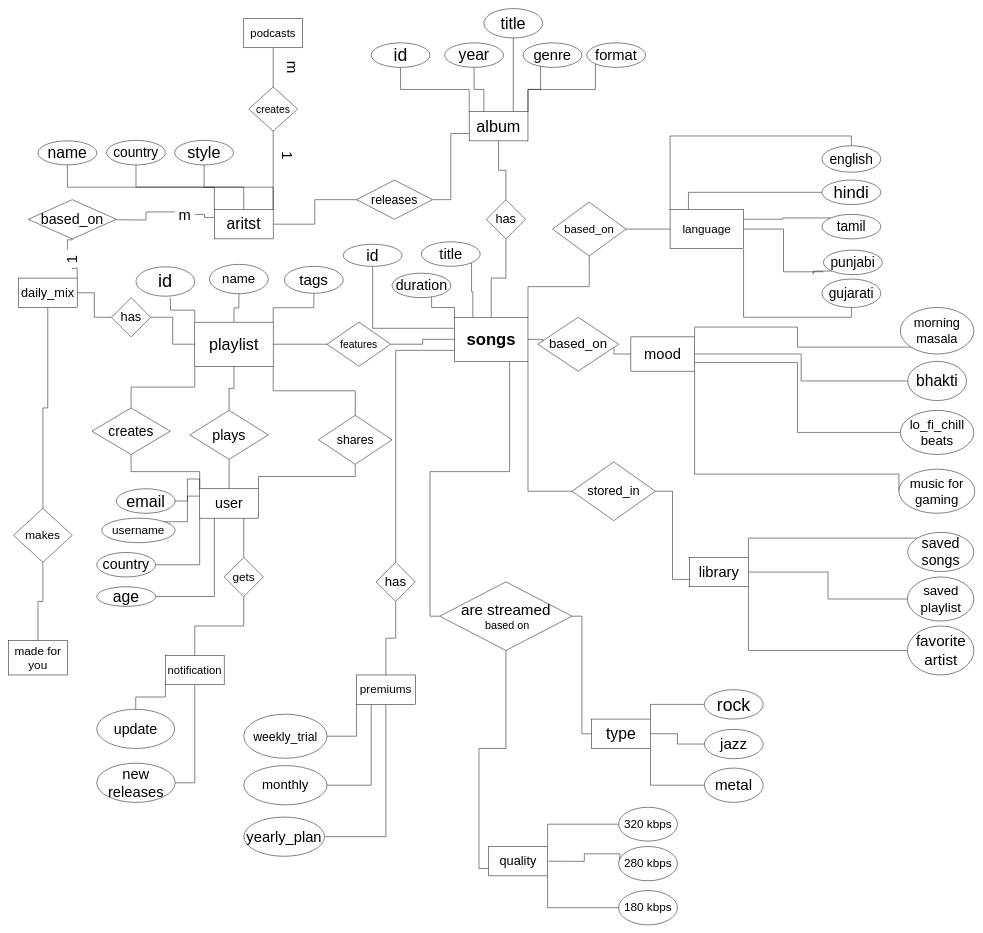
Above: er diagram.drawio in harshbajani/se (draw.io), before the change. Source tidied: cells renumbered, new cells numbered last; positions are measured from the earlier drawing's top-left corner, leaving out a move shared by most shapes. Both pictures are drawn from the tidied source at 49%, with x=0, y=0 at pixel (8, 8).
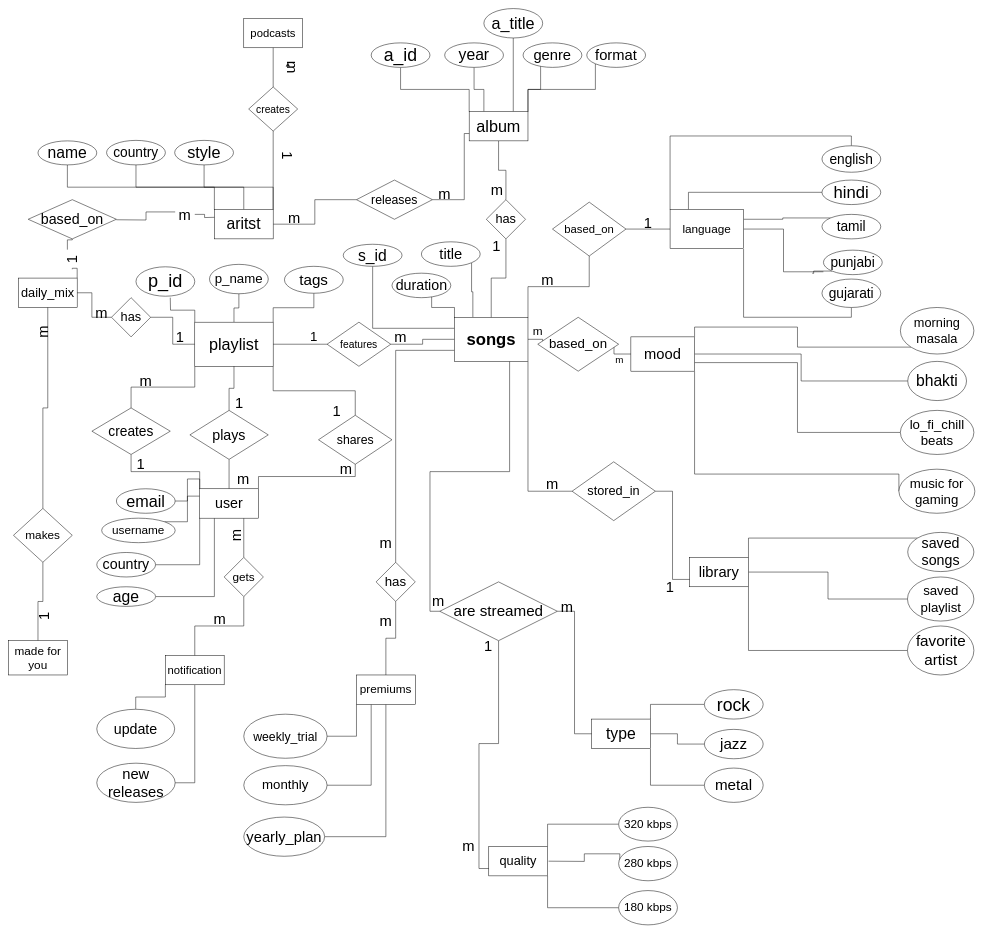
The same diagram, later.

Unchanged cells that the change refers to:
```xml
<mxCell id="8" value="&lt;font style=&quot;font-size: 33px&quot;&gt;album&lt;/font&gt;" style="rounded=0;whiteSpace=wrap;html=1;" parent="1" vertex="1">
  <mxGeometry x="940" y="210" width="120" height="60" as="geometry" />
</mxCell>
<mxCell id="10" value="&lt;font style=&quot;font-size: 26px&quot;&gt;daily_mix&lt;br&gt;&lt;/font&gt;" style="rounded=0;whiteSpace=wrap;html=1;" parent="1" vertex="1">
  <mxGeometry x="20" y="550" width="120" height="60" as="geometry" />
</mxCell>
<mxCell id="78" value="&lt;font style=&quot;font-size: 25px&quot;&gt;releases&lt;/font&gt;" style="rhombus;whiteSpace=wrap;html=1;" parent="1" vertex="1">
  <mxGeometry x="710" y="350" width="155" height="80" as="geometry" />
</mxCell>
<mxCell id="82" value="&lt;font style=&quot;font-size: 26px&quot;&gt;has&lt;/font&gt;" style="rhombus;whiteSpace=wrap;html=1;" parent="1" vertex="1">
  <mxGeometry x="210" y="590" width="80" height="80" as="geometry" />
</mxCell>
<mxCell id="150" value="&lt;font style=&quot;font-size: 31px&quot;&gt;m&lt;/font&gt;" style="text;html=1;strokeColor=none;fillColor=none;align=center;verticalAlign=middle;whiteSpace=wrap;rounded=0;rotation=90;" parent="1" vertex="1">
  <mxGeometry x="560" y="110" width="40" height="20" as="geometry" />
</mxCell>
```

Diff of the diagram source:
```diff
@@
     <mxCell id="77" style="edgeStyle=orthogonalEdgeStyle;rounded=0;jettySize=auto;html=1;exitX=1;exitY=0.5;exitDx=0;exitDy=0;entryX=0;entryY=0.75;entryDx=0;entryDy=0;startArrow=none;startFill=0;endArrow=none;endFill=0;" parent="1" edge="1" source="78" target="8">
-      <mxGeometry relative="1" as="geometry" />
+      <mxGeometry relative="1" as="geometry">
+        <Array as="points">
+          <mxPoint x="930" y="390" />
+          <mxPoint x="930" y="255" />
+        </Array>
+      </mxGeometry>
     </mxCell>
@@
     <mxCell id="81" style="edgeStyle=orthogonalEdgeStyle;rounded=0;jettySize=auto;html=1;exitX=0;exitY=0.5;exitDx=0;exitDy=0;entryX=1;entryY=0.5;entryDx=0;entryDy=0;startArrow=none;startFill=0;endArrow=none;endFill=0;" parent="1" edge="1" source="82" target="10">
-      <mxGeometry relative="1" as="geometry" />
+      <mxGeometry relative="1" as="geometry">
+        <Array as="points">
+          <mxPoint x="170" y="630" />
+          <mxPoint x="170" y="580" />
+        </Array>
+      </mxGeometry>
     </mxCell>
@@
-    <mxCell id="101" value="&lt;font style=&quot;font-size: 31px&quot;&gt;are streamed&lt;br&gt;&lt;/font&gt;&lt;font style=&quot;font-size: 22px&quot;&gt;&amp;nbsp;based on&lt;/font&gt;" style="rhombus;whiteSpace=wrap;html=1;" parent="1" vertex="1">
-      <mxGeometry x="880" y="1170" width="270" height="140" as="geometry" />
+    <mxCell id="101" value="&lt;font style=&quot;font-size: 31px&quot;&gt;are streamed&lt;/font&gt;" style="rhombus;whiteSpace=wrap;html=1;" parent="1" vertex="1">
+      <mxGeometry x="880" y="1170" width="240" height="120" as="geometry" />
     </mxCell>
@@
-    <mxCell id="110" value="&lt;font style=&quot;font-size: 37px&quot;&gt;id&lt;/font&gt;" style="ellipse;whiteSpace=wrap;html=1;" parent="1" vertex="1">
+    <mxCell id="110" value="&lt;font style=&quot;font-size: 37px&quot;&gt;p_id&lt;/font&gt;" style="ellipse;whiteSpace=wrap;html=1;" parent="1" vertex="1">
       <mxGeometry x="260" y="527" width="120" height="60" as="geometry" />
     </mxCell>
-    <mxCell id="111" value="&lt;font style=&quot;font-size: 27px&quot;&gt;name&lt;/font&gt;" style="ellipse;whiteSpace=wrap;html=1;" parent="1" vertex="1">
+    <mxCell id="111" value="&lt;font style=&quot;font-size: 27px&quot;&gt;p_name&lt;/font&gt;" style="ellipse;whiteSpace=wrap;html=1;" parent="1" vertex="1">
       <mxGeometry x="410" y="522" width="120" height="60" as="geometry" />
     </mxCell>
@@
-    <mxCell id="116" value="&lt;font style=&quot;font-size: 33px&quot;&gt;title&lt;/font&gt;" style="ellipse;whiteSpace=wrap;html=1;" parent="1" vertex="1">
+    <mxCell id="116" value="&lt;font style=&quot;font-size: 33px&quot;&gt;a_title&lt;/font&gt;" style="ellipse;whiteSpace=wrap;html=1;" parent="1" vertex="1">
       <mxGeometry x="970" width="120" height="60" as="geometry" />
     </mxCell>
@@
-    <mxCell id="120" value="&lt;font style=&quot;font-size: 36px&quot;&gt;id&lt;/font&gt;" style="ellipse;whiteSpace=wrap;html=1;" parent="1" vertex="1">
+    <mxCell id="120" value="&lt;font style=&quot;font-size: 36px&quot;&gt;a_id&lt;/font&gt;" style="ellipse;whiteSpace=wrap;html=1;" parent="1" vertex="1">
       <mxGeometry x="740" y="70" width="120" height="50" as="geometry" />
     </mxCell>
-    <mxCell id="121" value="&lt;font style=&quot;font-size: 32px&quot;&gt;id&lt;/font&gt;" style="ellipse;whiteSpace=wrap;html=1;" parent="1" vertex="1">
+    <mxCell id="121" value="&lt;font style=&quot;font-size: 32px&quot;&gt;s_id&lt;/font&gt;" style="ellipse;whiteSpace=wrap;html=1;" parent="1" vertex="1">
       <mxGeometry x="683" y="481" width="120" height="45" as="geometry" />
     </mxCell>
@@
+    <mxCell id="155" style="edgeStyle=orthogonalEdgeStyle;rounded=0;orthogonalLoop=1;jettySize=auto;html=1;exitX=0.5;exitY=1;exitDx=0;exitDy=0;entryX=0.25;entryY=1;entryDx=0;entryDy=0;" parent="1" edge="1" source="150" target="150">
+      <mxGeometry relative="1" as="geometry" />
+    </mxCell>
+    <mxCell id="156" value="&lt;font style=&quot;font-size: 30px&quot;&gt;1&lt;/font&gt;" style="text;html=1;strokeColor=none;fillColor=none;align=center;verticalAlign=middle;whiteSpace=wrap;rounded=0;rotation=0;" parent="1" vertex="1">
+      <mxGeometry x="330" y="660" width="40" height="20" as="geometry" />
+    </mxCell>
+    <mxCell id="157" value="&lt;font style=&quot;font-size: 30px&quot;&gt;m&lt;/font&gt;" style="text;html=1;strokeColor=none;fillColor=none;align=center;verticalAlign=middle;whiteSpace=wrap;rounded=0;" parent="1" vertex="1">
+      <mxGeometry x="170" y="610" width="40" height="20" as="geometry" />
+    </mxCell>
+    <mxCell id="158" value="&lt;font style=&quot;font-size: 30px&quot;&gt;m&lt;/font&gt;" style="text;html=1;strokeColor=none;fillColor=none;align=center;verticalAlign=middle;whiteSpace=wrap;rounded=0;rotation=-90;" parent="1" vertex="1">
+      <mxGeometry x="50" y="650" width="40" height="20" as="geometry" />
+    </mxCell>
+    <mxCell id="159" value="&lt;font style=&quot;font-size: 30px&quot;&gt;1&lt;/font&gt;" style="text;html=1;strokeColor=none;fillColor=none;align=center;verticalAlign=middle;whiteSpace=wrap;rounded=0;rotation=-90;" parent="1" vertex="1">
+      <mxGeometry x="53" y="1230" width="40" height="20" as="geometry" />
+    </mxCell>
+    <mxCell id="160" value="&lt;font style=&quot;font-size: 30px&quot;&gt;m&lt;/font&gt;" style="text;html=1;strokeColor=none;fillColor=none;align=center;verticalAlign=middle;whiteSpace=wrap;rounded=0;rotation=-90;" parent="1" vertex="1">
+      <mxGeometry x="443" y="1065" width="40" height="20" as="geometry" />
+    </mxCell>
+    <mxCell id="161" value="&lt;font style=&quot;font-size: 30px&quot;&gt;m&lt;/font&gt;" style="text;html=1;strokeColor=none;fillColor=none;align=center;verticalAlign=middle;whiteSpace=wrap;rounded=0;" parent="1" vertex="1">
+      <mxGeometry x="411" y="1236" width="40" height="20" as="geometry" />
+    </mxCell>
+    <mxCell id="162" value="&lt;font style=&quot;font-size: 30px&quot;&gt;m&lt;/font&gt;" style="text;html=1;strokeColor=none;fillColor=none;align=center;verticalAlign=middle;whiteSpace=wrap;rounded=0;" parent="1" vertex="1">
+      <mxGeometry x="563" y="417" width="40" height="20" as="geometry" />
+    </mxCell>
+    <mxCell id="163" value="&lt;font style=&quot;font-size: 30px&quot;&gt;m&lt;/font&gt;" style="text;html=1;strokeColor=none;fillColor=none;align=center;verticalAlign=middle;whiteSpace=wrap;rounded=0;" parent="1" vertex="1">
+      <mxGeometry x="870" y="368" width="40" height="20" as="geometry" />
+    </mxCell>
+    <mxCell id="164" value="&lt;font style=&quot;font-size: 30px&quot;&gt;m&lt;/font&gt;" style="text;html=1;strokeColor=none;fillColor=none;align=center;verticalAlign=middle;whiteSpace=wrap;rounded=0;" parent="1" vertex="1">
+      <mxGeometry x="1080" y="544" width="40" height="20" as="geometry" />
+    </mxCell>
+    <mxCell id="165" value="&lt;font style=&quot;font-size: 30px&quot;&gt;1&lt;/font&gt;" style="text;html=1;strokeColor=none;fillColor=none;align=center;verticalAlign=middle;whiteSpace=wrap;rounded=0;" parent="1" vertex="1">
+      <mxGeometry x="1285" y="428" width="40" height="20" as="geometry" />
+    </mxCell>
+    <mxCell id="166" value="&lt;font style=&quot;font-size: 24px&quot;&gt;m&lt;/font&gt;" style="text;html=1;strokeColor=none;fillColor=none;align=center;verticalAlign=middle;whiteSpace=wrap;rounded=0;" parent="1" vertex="1">
+      <mxGeometry x="1060" y="648" width="40" height="20" as="geometry" />
+    </mxCell>
+    <mxCell id="167" value="&lt;font style=&quot;font-size: 20px&quot;&gt;m&lt;/font&gt;" style="text;html=1;strokeColor=none;fillColor=none;align=center;verticalAlign=middle;whiteSpace=wrap;rounded=0;" parent="1" vertex="1">
+      <mxGeometry x="1227" y="706" width="40" height="20" as="geometry" />
+    </mxCell>
+    <mxCell id="168" value="&lt;font style=&quot;font-size: 30px&quot;&gt;m&lt;/font&gt;" style="text;html=1;strokeColor=none;fillColor=none;align=center;verticalAlign=middle;whiteSpace=wrap;rounded=0;" parent="1" vertex="1">
+      <mxGeometry x="1090" y="960" width="40" height="20" as="geometry" />
+    </mxCell>
+    <mxCell id="169" value="&lt;font style=&quot;font-size: 30px&quot;&gt;1&lt;/font&gt;" style="text;html=1;strokeColor=none;fillColor=none;align=center;verticalAlign=middle;whiteSpace=wrap;rounded=0;" parent="1" vertex="1">
+      <mxGeometry x="1330" y="1170" width="40" height="20" as="geometry" />
+    </mxCell>
+    <mxCell id="170" value="&lt;font style=&quot;font-size: 30px&quot;&gt;m&lt;/font&gt;" style="text;html=1;strokeColor=none;fillColor=none;align=center;verticalAlign=middle;whiteSpace=wrap;rounded=0;" parent="1" vertex="1">
+      <mxGeometry x="857" y="1199" width="40" height="20" as="geometry" />
+    </mxCell>
+    <mxCell id="171" value="&lt;font style=&quot;font-size: 30px&quot;&gt;m&lt;/font&gt;" style="text;html=1;strokeColor=none;fillColor=none;align=center;verticalAlign=middle;whiteSpace=wrap;rounded=0;" parent="1" vertex="1">
+      <mxGeometry x="1120" y="1210" width="40" height="20" as="geometry" />
+    </mxCell>
+    <mxCell id="172" value="&lt;font style=&quot;font-size: 30px&quot;&gt;1&lt;/font&gt;" style="text;html=1;strokeColor=none;fillColor=none;align=center;verticalAlign=middle;whiteSpace=wrap;rounded=0;" parent="1" vertex="1">
+      <mxGeometry x="959" y="1290" width="40" height="20" as="geometry" />
+    </mxCell>
+    <mxCell id="173" value="&lt;font style=&quot;font-size: 30px&quot;&gt;m&lt;/font&gt;" style="text;html=1;strokeColor=none;fillColor=none;align=center;verticalAlign=middle;whiteSpace=wrap;rounded=0;" parent="1" vertex="1">
+      <mxGeometry x="919" y="1699" width="40" height="20" as="geometry" />
+    </mxCell>
+    <mxCell id="174" value="&lt;font style=&quot;font-size: 30px&quot;&gt;m&lt;/font&gt;" style="text;html=1;strokeColor=none;fillColor=none;align=center;verticalAlign=middle;whiteSpace=wrap;rounded=0;" parent="1" vertex="1">
+      <mxGeometry x="750" y="1080" width="40" height="20" as="geometry" />
+    </mxCell>
+    <mxCell id="175" value="&lt;font style=&quot;font-size: 30px&quot;&gt;m&lt;/font&gt;" style="text;html=1;strokeColor=none;fillColor=none;align=center;verticalAlign=middle;whiteSpace=wrap;rounded=0;" parent="1" vertex="1">
+      <mxGeometry x="750" y="1240" width="40" height="20" as="geometry" />
+    </mxCell>
+    <mxCell id="176" value="&lt;font style=&quot;font-size: 30px&quot;&gt;m&lt;/font&gt;" style="text;html=1;strokeColor=none;fillColor=none;align=center;verticalAlign=middle;whiteSpace=wrap;rounded=0;" parent="1" vertex="1">
+      <mxGeometry x="780" y="660" width="40" height="20" as="geometry" />
+    </mxCell>
+    <mxCell id="177" value="&lt;font style=&quot;font-size: 27px&quot;&gt;1&lt;/font&gt;" style="text;html=1;strokeColor=none;fillColor=none;align=center;verticalAlign=middle;whiteSpace=wrap;rounded=0;" parent="1" vertex="1">
+      <mxGeometry x="603" y="660" width="40" height="20" as="geometry" />
+    </mxCell>
+    <mxCell id="178" value="&lt;font style=&quot;font-size: 30px&quot;&gt;m&lt;/font&gt;" style="text;html=1;strokeColor=none;fillColor=none;align=center;verticalAlign=middle;whiteSpace=wrap;rounded=0;" parent="1" vertex="1">
+      <mxGeometry x="260" y="750" width="40" height="20" as="geometry" />
+    </mxCell>
+    <mxCell id="179" value="&lt;font style=&quot;font-size: 30px&quot;&gt;1&lt;/font&gt;" style="text;html=1;strokeColor=none;fillColor=none;align=center;verticalAlign=middle;whiteSpace=wrap;rounded=0;rotation=0;" parent="1" vertex="1">
+      <mxGeometry x="250" y="920" width="40" height="20" as="geometry" />
+    </mxCell>
+    <mxCell id="180" value="&lt;font style=&quot;font-size: 30px&quot;&gt;m&lt;/font&gt;" style="text;html=1;strokeColor=none;fillColor=none;align=center;verticalAlign=middle;whiteSpace=wrap;rounded=0;" parent="1" vertex="1">
+      <mxGeometry x="459" y="950" width="40" height="20" as="geometry" />
+    </mxCell>
+    <mxCell id="181" value="&lt;font style=&quot;font-size: 30px&quot;&gt;1&lt;/font&gt;" style="text;html=1;strokeColor=none;fillColor=none;align=center;verticalAlign=middle;whiteSpace=wrap;rounded=0;rotation=0;" parent="1" vertex="1">
+      <mxGeometry x="451" y="795" width="40" height="20" as="geometry" />
+    </mxCell>
+    <mxCell id="182" value="&lt;font style=&quot;font-size: 30px&quot;&gt;m&lt;/font&gt;" style="text;html=1;strokeColor=none;fillColor=none;align=center;verticalAlign=middle;whiteSpace=wrap;rounded=0;" parent="1" vertex="1">
+      <mxGeometry x="669" y="930" width="40" height="20" as="geometry" />
+    </mxCell>
+    <mxCell id="183" value="&lt;font style=&quot;font-size: 30px&quot;&gt;1&lt;/font&gt;" style="text;html=1;strokeColor=none;fillColor=none;align=center;verticalAlign=middle;whiteSpace=wrap;rounded=0;rotation=0;" parent="1" vertex="1">
+      <mxGeometry x="650" y="810" width="40" height="20" as="geometry" />
+    </mxCell>
+    <mxCell id="184" value="&lt;font style=&quot;font-size: 30px&quot;&gt;1&lt;/font&gt;" style="text;html=1;strokeColor=none;fillColor=none;align=center;verticalAlign=middle;whiteSpace=wrap;rounded=0;rotation=0;" parent="1" vertex="1">
+      <mxGeometry x="976" y="475" width="40" height="20" as="geometry" />
+    </mxCell>
+    <mxCell id="185" value="&lt;font style=&quot;font-size: 30px&quot;&gt;m&lt;/font&gt;" style="text;html=1;strokeColor=none;fillColor=none;align=center;verticalAlign=middle;whiteSpace=wrap;rounded=0;" parent="1" vertex="1">
+      <mxGeometry x="977" y="360" width="40" height="20" as="geometry" />
+    </mxCell>
```
